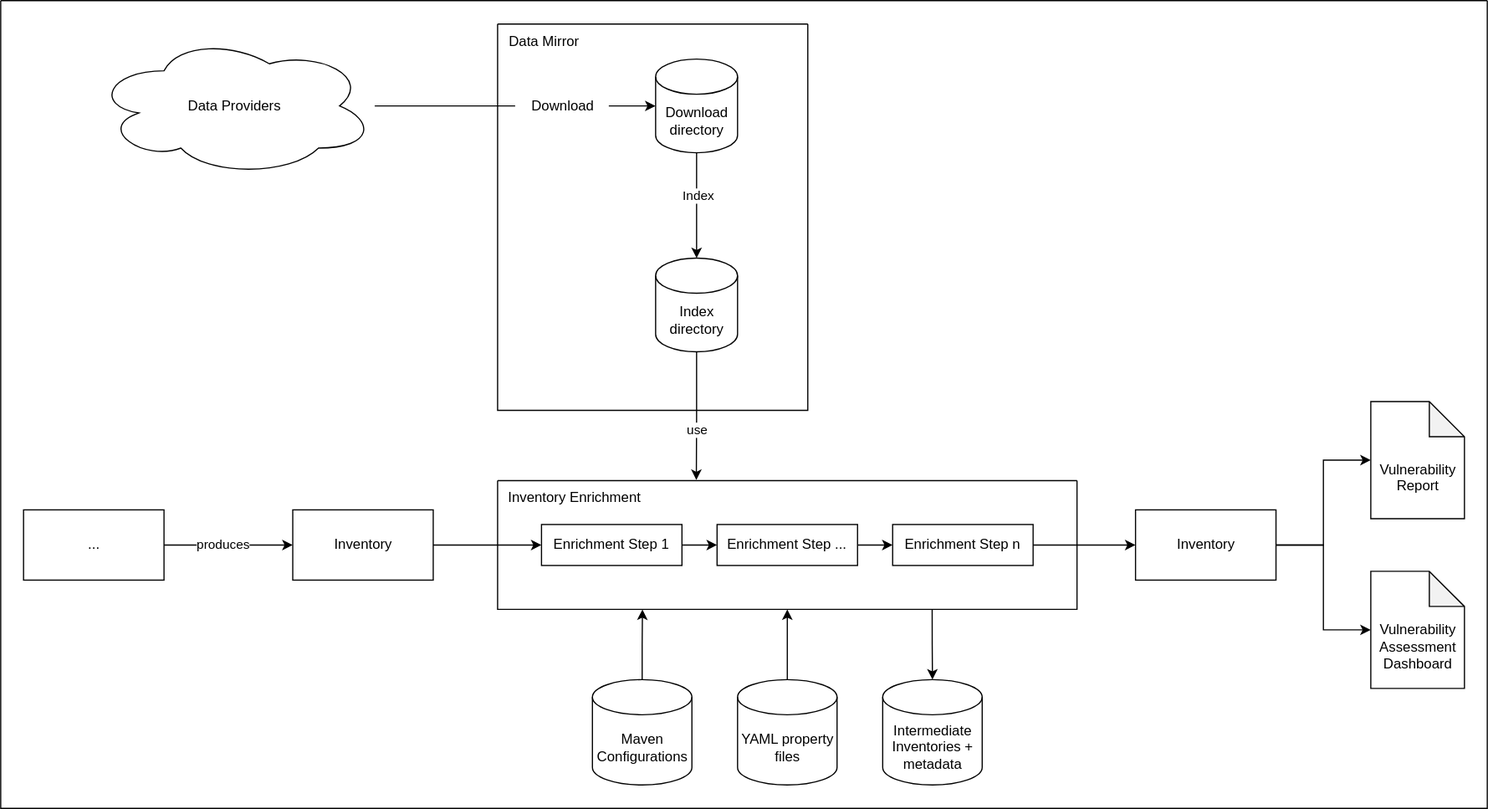
Above: doc/inventory-enrichment/inventory-enrichment-overview.svg in org-metaeffekt/metaeffekt-documentation-template (draw.io), before the change. Source tidied: cells renumbered, new cells last; positions are measured from the earlier drawing's top-left corner, leaving out a move shared by most shapes.
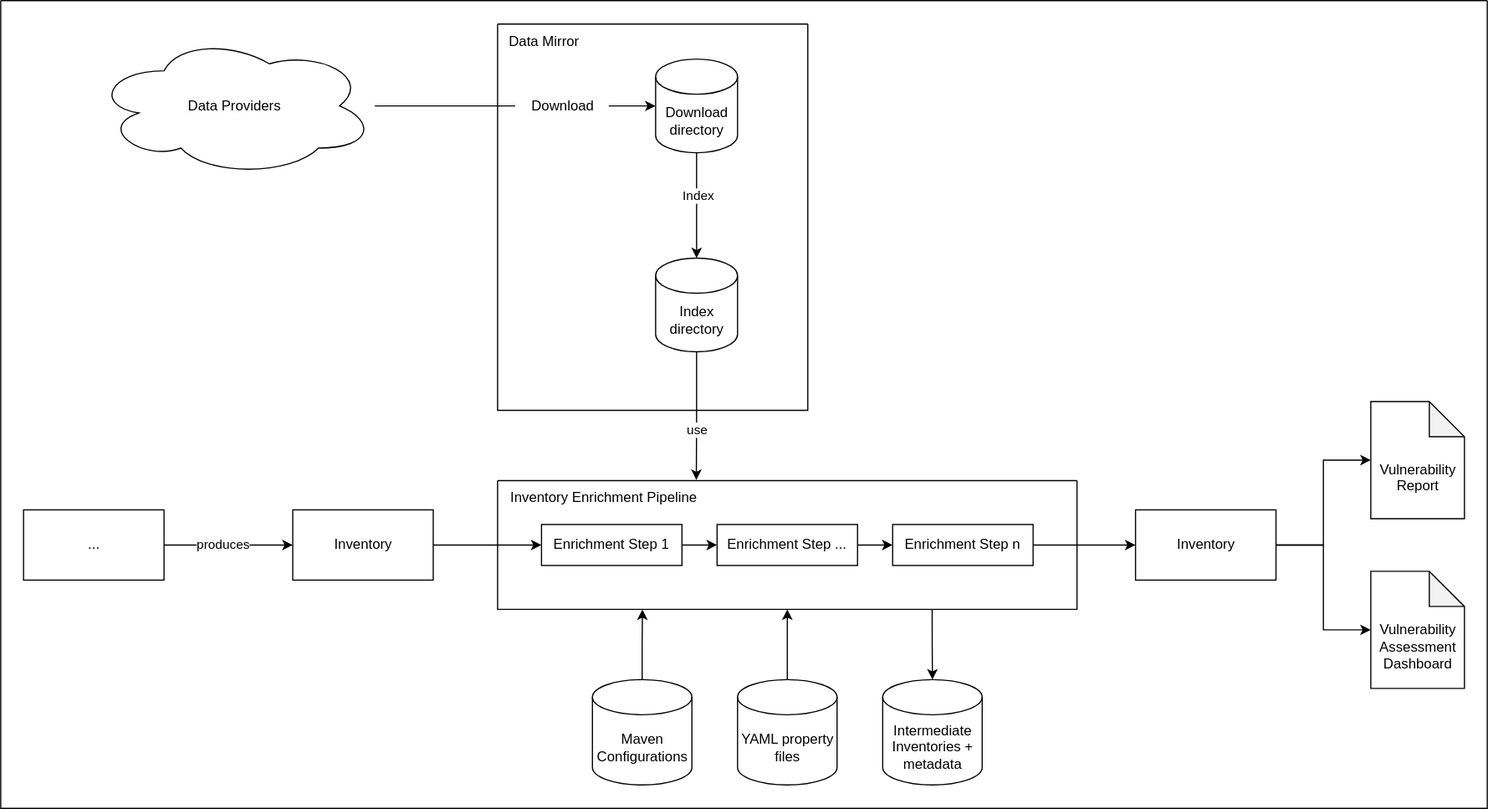
After the change.

The edit, as a diff of the source:
```diff
@@ -73,8 +73,8 @@
     <mxCell id="24" value="Enrichment Step n" style="rounded=0;whiteSpace=wrap;html=1;" parent="19" vertex="1">
       <mxGeometry x="337.5" y="37.5" width="120" height="35" as="geometry" />
     </mxCell>
-    <mxCell id="25" value="Inventory Enrichment" style="text;html=1;align=center;verticalAlign=middle;strokeColor=none;fillColor=none;" parent="19" vertex="1">
-      <mxGeometry x="-5" width="140" height="30" as="geometry" />
+    <mxCell id="25" value="Inventory Enrichment Pipeline" style="text;html=1;align=center;verticalAlign=middle;strokeColor=none;fillColor=none;" parent="19" vertex="1">
+      <mxGeometry width="180" height="30" as="geometry" />
     </mxCell>
     <mxCell id="26" style="edgeStyle=orthogonalEdgeStyle;rounded=0;jettySize=auto;html=1;entryX=0.343;entryY=-0.005;entryDx=0;entryDy=0;entryPerimeter=0;" parent="1" edge="1" source="15" target="19">
       <mxGeometry relative="1" as="geometry" />
```
